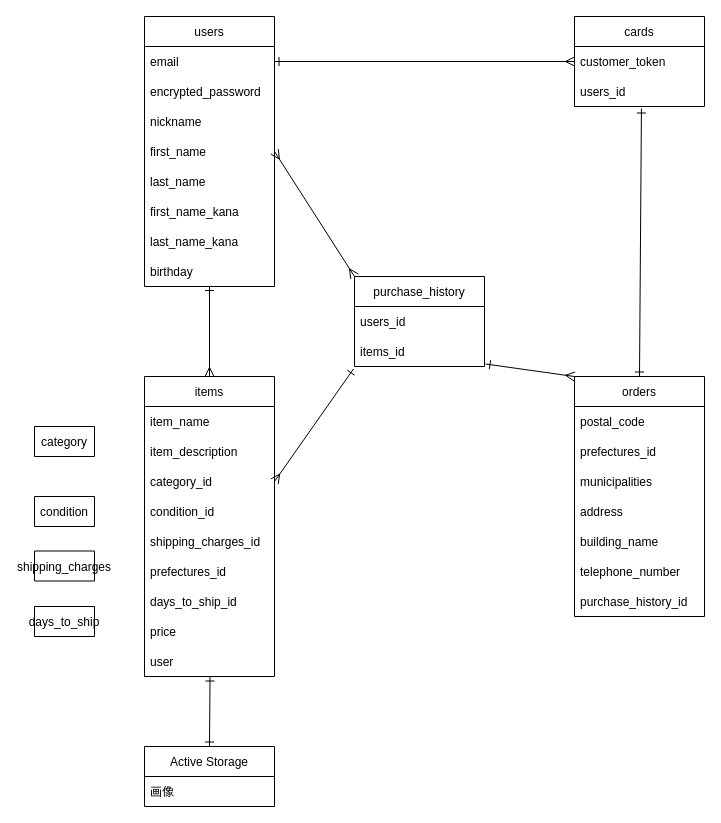
Earlier version of the draw.io diagram er.dio (iamryoman/furima-15744). Source tidied: cells renumbered, new cells numbered last; positions are measured from the earlier drawing's top-left corner, leaving out a move shared by most shapes. Both pictures are drawn from the tidied source at 100%, with x=0, y=0 at pixel (34, 16).
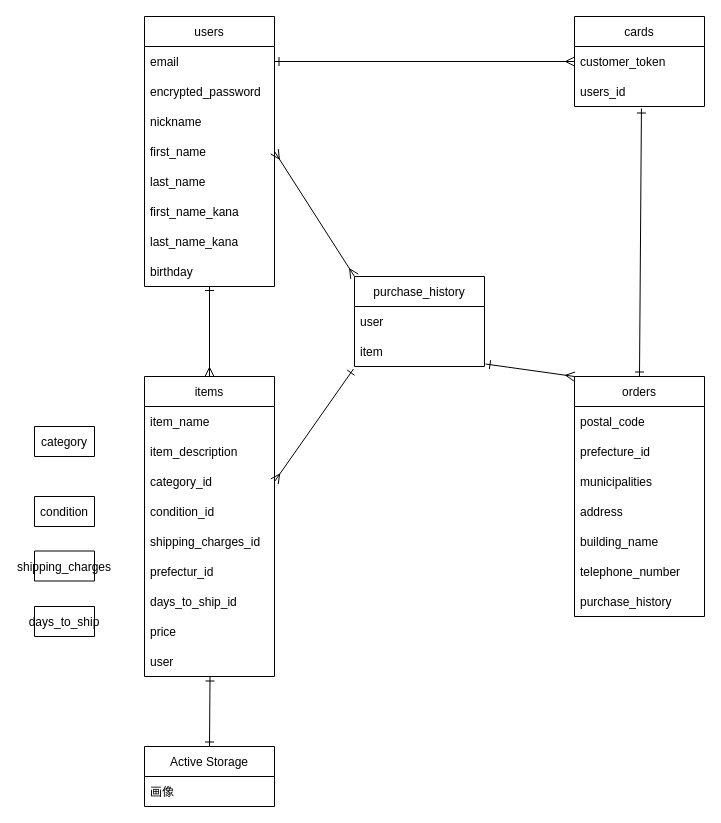
After the change.

Unchanged cells that the change refers to:
```xml
<mxCell id="11" value="items" style="swimlane;fontStyle=0;horizontal=1;startSize=30;" parent="1" vertex="1">
  <mxGeometry x="110" y="360" width="130" height="300" as="geometry" />
</mxCell>
<mxCell id="23" value="orders" style="swimlane;fontStyle=0;horizontal=1;startSize=30;" parent="1" vertex="1">
  <mxGeometry x="540" y="360" width="130" height="240" as="geometry" />
</mxCell>
<mxCell id="45" value="purchase_history" style="swimlane;fontStyle=0;horizontal=1;startSize=30;" parent="1" vertex="1">
  <mxGeometry x="320" y="260" width="130" height="90" as="geometry" />
</mxCell>
```

What changed in the source:
```diff
@@
-    <mxCell id="17" value="prefectures_id" style="text;strokeColor=none;fillColor=none;align=left;verticalAlign=middle;spacingLeft=4;spacingRight=4;overflow=hidden;" parent="11" vertex="1">
+    <mxCell id="17" value="prefectur_id" style="text;strokeColor=none;fillColor=none;align=left;verticalAlign=middle;spacingLeft=4;spacingRight=4;overflow=hidden;" parent="11" vertex="1">
       <mxGeometry y="180" width="130" height="30" as="geometry" />
     </mxCell>
@@
-    <mxCell id="25" value="prefectures_id" style="text;strokeColor=none;fillColor=none;align=left;verticalAlign=middle;spacingLeft=4;spacingRight=4;overflow=hidden;" parent="23" vertex="1">
+    <mxCell id="25" value="prefecture_id" style="text;strokeColor=none;fillColor=none;align=left;verticalAlign=middle;spacingLeft=4;spacingRight=4;overflow=hidden;" parent="23" vertex="1">
       <mxGeometry y="60" width="130" height="30" as="geometry" />
     </mxCell>
@@
-    <mxCell id="30" value="purchase_history_id" style="text;strokeColor=none;fillColor=none;align=left;verticalAlign=middle;spacingLeft=4;spacingRight=4;overflow=hidden;" parent="23" vertex="1">
+    <mxCell id="30" value="purchase_history" style="text;strokeColor=none;fillColor=none;align=left;verticalAlign=middle;spacingLeft=4;spacingRight=4;overflow=hidden;" parent="23" vertex="1">
       <mxGeometry y="210" width="130" height="30" as="geometry" />
     </mxCell>
@@
-    <mxCell id="46" value="users_id" style="text;strokeColor=none;fillColor=none;align=left;verticalAlign=middle;spacingLeft=4;spacingRight=4;overflow=hidden;" parent="45" vertex="1">
+    <mxCell id="46" value="user" style="text;strokeColor=none;fillColor=none;align=left;verticalAlign=middle;spacingLeft=4;spacingRight=4;overflow=hidden;" parent="45" vertex="1">
       <mxGeometry y="30" width="130" height="30" as="geometry" />
     </mxCell>
-    <mxCell id="47" value="items_id" style="text;strokeColor=none;fillColor=none;align=left;verticalAlign=middle;spacingLeft=4;spacingRight=4;overflow=hidden;points=[[0,0.5],[1,0.5]];portConstraint=eastwest;" parent="45" vertex="1">
+    <mxCell id="47" value="item" style="text;strokeColor=none;fillColor=none;align=left;verticalAlign=middle;spacingLeft=4;spacingRight=4;overflow=hidden;points=[[0,0.5],[1,0.5]];portConstraint=eastwest;" parent="45" vertex="1">
       <mxGeometry y="60" width="130" height="30" as="geometry" />
     </mxCell>
```
